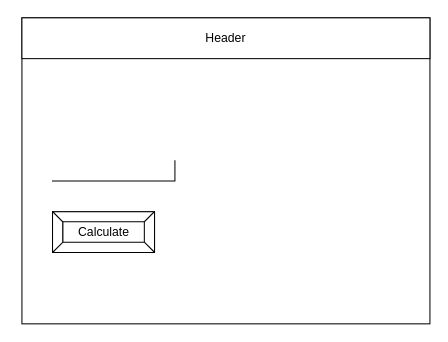
Above: design/story-board.drawio in Justin-Lavoie16/Unit-3-0-1-JS (draw.io), before the change. Source tidied: cells renumbered, new cells numbered last; positions are measured from the earlier drawing's top-left corner, leaving out a move shared by most shapes. Both pictures are drawn from the tidied source at 102%, with x=0, y=0 at pixel (21, 17).
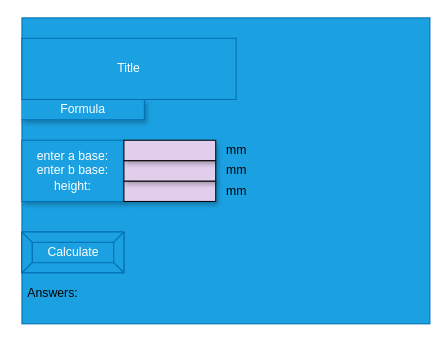
The same diagram, later.

Commit message:
design for storyboard

The edit, as a diff of the source:
```diff
@@
 <mxGraphModel>
   <root>
     <mxCell id="0" />
     <mxCell id="1" parent="0" />
-    <mxCell id="2" style="rounded=0;whiteSpace=wrap;html=1;" parent="1" vertex="1">
+    <mxCell id="2" style="rounded=0;whiteSpace=wrap;html=1;fillColor=#1ba1e2;fontColor=#ffffff;strokeColor=#006EAF;" parent="1" vertex="1">
       <mxGeometry width="400" height="300" as="geometry" />
     </mxCell>
-    <mxCell id="3" value="Header" style="rounded=0;whiteSpace=wrap;html=1;" parent="1" vertex="1">
-      <mxGeometry width="400" height="40" as="geometry" />
-    </mxCell>
-    <mxCell id="4" style="shape=partialRectangle;whiteSpace=wrap;html=1;top=0;left=0;fillColor=none;" parent="1" vertex="1">
-      <mxGeometry x="30" y="140" width="120" height="20" as="geometry" />
+    <mxCell id="4" value="Formula" style="shape=partialRectangle;whiteSpace=wrap;html=1;top=0;left=0;shadow=1;fillColor=#1ba1e2;fontColor=#ffffff;strokeColor=#006EAF;" parent="1" vertex="1">
+      <mxGeometry y="80" width="120" height="20" as="geometry" />
     </mxCell>
-    <mxCell id="5" value="Calculate" style="labelPosition=center;verticalLabelPosition=middle;align=center;html=1;shape=mxgraph.basic.button;dx=10;" parent="1" vertex="1">
-      <mxGeometry x="30" y="190" width="100" height="40" as="geometry" />
+    <mxCell id="5" value="Calculate" style="labelPosition=center;verticalLabelPosition=middle;align=center;html=1;shape=mxgraph.basic.button;dx=10;fillColor=#1ba1e2;fontColor=#ffffff;strokeColor=#006EAF;" parent="1" vertex="1">
+      <mxGeometry y="210" width="100" height="40" as="geometry" />
     </mxCell>
+    <mxCell id="6" value="Title" style="whiteSpace=wrap;html=1;fillColor=#1ba1e2;fontColor=#ffffff;strokeColor=#006EAF;" parent="1" vertex="1">
+      <mxGeometry y="20" width="210" height="60" as="geometry" />
+    </mxCell>
+    <mxCell id="7" value="enter a base:&lt;br&gt;enter b base:&lt;br&gt;height:" style="whiteSpace=wrap;html=1;shadow=1;fillColor=#1ba1e2;fontColor=#ffffff;strokeColor=#006EAF;" parent="1" vertex="1">
+      <mxGeometry y="120" width="100" height="60" as="geometry" />
+    </mxCell>
+    <mxCell id="8" value="mm" style="text;html=1;align=center;verticalAlign=middle;fillColor=none;strokeColor=none;rounded=0;shadow=1;" parent="1" vertex="1">
+      <mxGeometry x="190" y="140" width="40" height="20" as="geometry" />
+    </mxCell>
+    <mxCell id="9" value="mm" style="text;html=1;align=center;verticalAlign=middle;fillColor=none;strokeColor=none;rounded=0;shadow=1;" parent="1" vertex="1">
+      <mxGeometry x="190" y="120" width="40" height="20" as="geometry" />
+    </mxCell>
+    <mxCell id="10" value="mm" style="text;html=1;align=center;verticalAlign=middle;rounded=0;shadow=1;" parent="1" vertex="1">
+      <mxGeometry x="190" y="160" width="40" height="20" as="geometry" />
+    </mxCell>
+    <mxCell id="11" style="whiteSpace=wrap;html=1;shadow=1;fillColor=#E1CEED;" parent="1" vertex="1">
+      <mxGeometry x="100" y="160" width="90" height="20" as="geometry" />
+    </mxCell>
+    <mxCell id="12" style="whiteSpace=wrap;html=1;shadow=1;fillColor=#E1CEED;" parent="1" vertex="1">
+      <mxGeometry x="100" y="140" width="90" height="20" as="geometry" />
+    </mxCell>
+    <mxCell id="13" style="whiteSpace=wrap;html=1;shadow=1;fillColor=#E1CEED;" parent="1" vertex="1">
+      <mxGeometry x="100" y="120" width="90" height="20" as="geometry" />
+    </mxCell>
+    <mxCell id="14" value="Answers:" style="text;html=1;align=center;verticalAlign=middle;fillColor=none;strokeColor=none;rounded=0;shadow=1;" parent="1" vertex="1">
+      <mxGeometry y="260" width="60" height="20" as="geometry" />
+    </mxCell>
   </root>
 </mxGraphModel>
```
